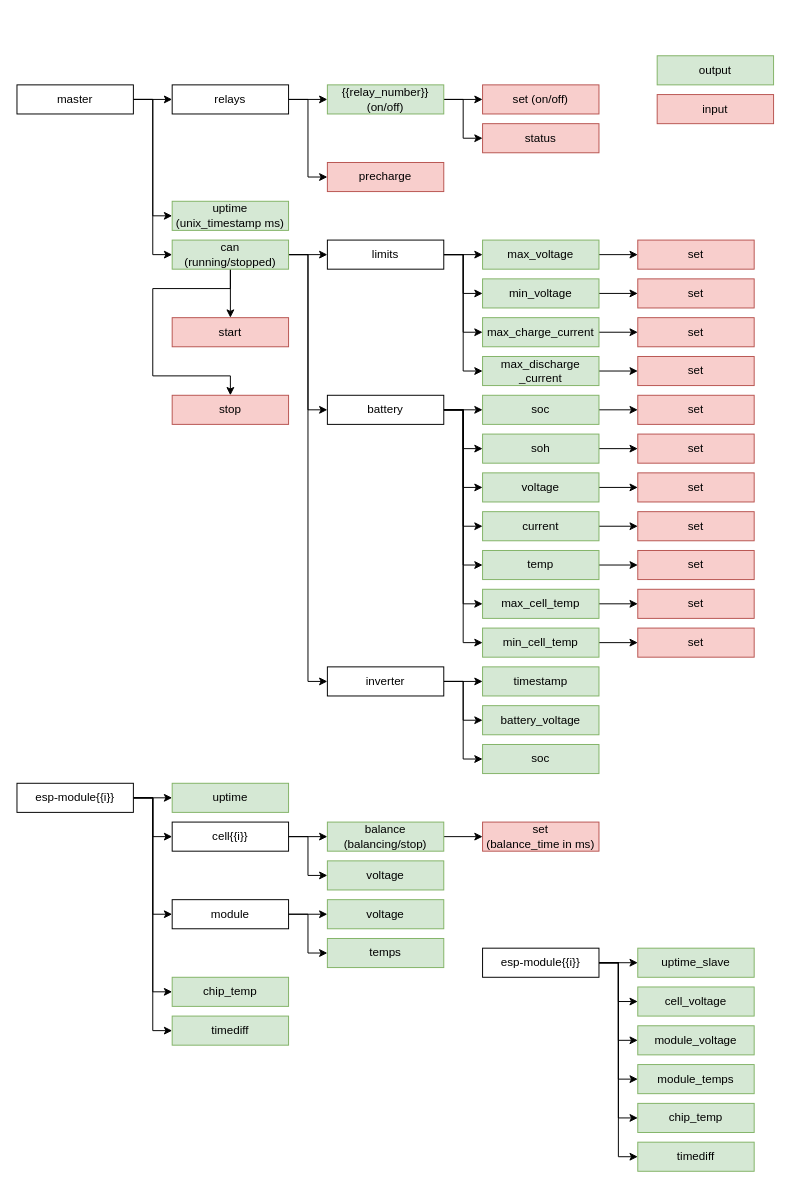
Earlier version of the draw.io diagram mqtt_topics.drawio (SunshadeCorp/EasyBMS-master). Source tidied: cells renumbered, new cells numbered last; positions are measured from the earlier drawing's top-left corner, leaving out a move shared by most shapes. Both pictures are drawn from the tidied source at 97%, with x=0, y=0 at pixel (16, 55).
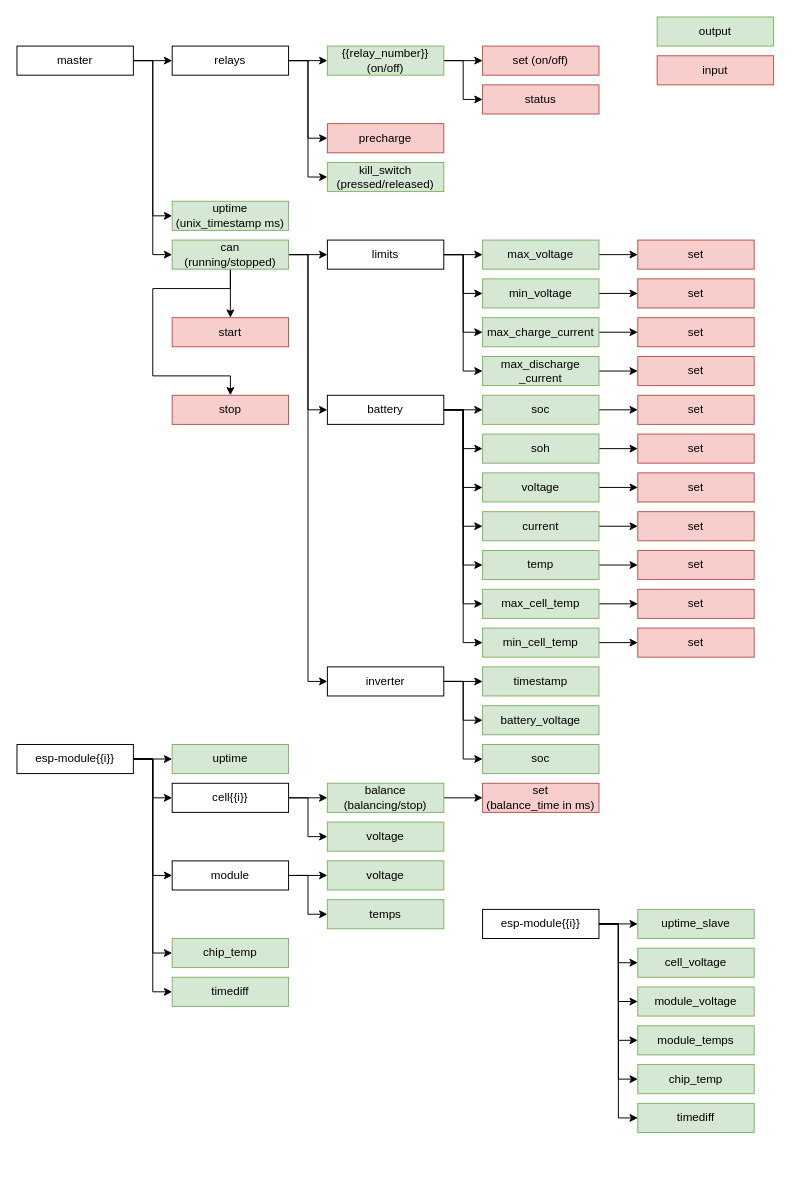
Above is the later version.

Diff of the diagram source:
```diff
@@
     <mxCell id="5" value="master" style="rounded=0;whiteSpace=wrap;html=1;" parent="1" vertex="1">
-      <mxGeometry y="30" width="120" height="30" as="geometry" />
+      <mxGeometry y="-10" width="120" height="30" as="geometry" />
     </mxCell>
@@
+    <mxCell id="113" style="edgeStyle=orthogonalEdgeStyle;rounded=0;jettySize=auto;html=1;exitX=1;exitY=0.5;exitDx=0;exitDy=0;entryX=0;entryY=0.5;entryDx=0;entryDy=0;" parent="1" edge="1" source="8" target="114">
+      <mxGeometry relative="1" as="geometry" />
+    </mxCell>
     <mxCell id="8" value="relays" style="rounded=0;whiteSpace=wrap;html=1;" parent="1" vertex="1">
-      <mxGeometry x="160" y="30" width="120" height="30" as="geometry" />
+      <mxGeometry x="160" y="-10" width="120" height="30" as="geometry" />
     </mxCell>
@@
     <mxCell id="15" value="esp-module{{i}}" style="rounded=0;whiteSpace=wrap;html=1;" parent="1" vertex="1">
-      <mxGeometry x="480" y="920" width="120" height="30" as="geometry" />
+      <mxGeometry x="480" y="880" width="120" height="30" as="geometry" />
     </mxCell>
     <mxCell id="16" value="status" style="rounded=0;whiteSpace=wrap;html=1;fillColor=#f8cecc;strokeColor=#b85450;" parent="1" vertex="1">
-      <mxGeometry x="480" y="70" width="120" height="30" as="geometry" />
+      <mxGeometry x="480" y="30" width="120" height="30" as="geometry" />
     </mxCell>
     <mxCell id="17" value="precharge" style="rounded=0;whiteSpace=wrap;html=1;fillColor=#f8cecc;strokeColor=#b85450;" parent="1" vertex="1">
-      <mxGeometry x="320" y="110" width="120" height="30" as="geometry" />
+      <mxGeometry x="320" y="70" width="120" height="30" as="geometry" />
     </mxCell>
     <mxCell id="18" value="input" style="rounded=0;whiteSpace=wrap;html=1;fillColor=#f8cecc;strokeColor=#b85450;" parent="1" vertex="1">
-      <mxGeometry x="660" y="40" width="120" height="30" as="geometry" />
+      <mxGeometry x="660" width="120" height="30" as="geometry" />
     </mxCell>
@@
     <mxCell id="21" value="{{relay_number}}&lt;br&gt;(on/off)" style="rounded=0;whiteSpace=wrap;html=1;fillColor=#d5e8d4;strokeColor=#82b366;" parent="1" vertex="1">
-      <mxGeometry x="320" y="30" width="120" height="30" as="geometry" />
+      <mxGeometry x="320" y="-10" width="120" height="30" as="geometry" />
     </mxCell>
     <mxCell id="22" value="set (on/off)" style="rounded=0;whiteSpace=wrap;html=1;fillColor=#f8cecc;strokeColor=#b85450;" parent="1" vertex="1">
-      <mxGeometry x="480" y="30" width="120" height="30" as="geometry" />
+      <mxGeometry x="480" y="-10" width="120" height="30" as="geometry" />
     </mxCell>
     <mxCell id="23" value="output" style="rounded=0;whiteSpace=wrap;html=1;fillColor=#d5e8d4;strokeColor=#82b366;" parent="1" vertex="1">
-      <mxGeometry x="660" width="120" height="30" as="geometry" />
+      <mxGeometry x="660" y="-40" width="120" height="30" as="geometry" />
     </mxCell>
     <mxCell id="24" value="uptime_slave" style="rounded=0;whiteSpace=wrap;html=1;fillColor=#d5e8d4;strokeColor=#82b366;" parent="1" vertex="1">
-      <mxGeometry x="640" y="920" width="120" height="30" as="geometry" />
+      <mxGeometry x="640" y="880" width="120" height="30" as="geometry" />
     </mxCell>
     <mxCell id="25" value="cell_voltage" style="rounded=0;whiteSpace=wrap;html=1;fillColor=#d5e8d4;strokeColor=#82b366;" parent="1" vertex="1">
-      <mxGeometry x="640" y="960" width="120" height="30" as="geometry" />
+      <mxGeometry x="640" y="920" width="120" height="30" as="geometry" />
     </mxCell>
     <mxCell id="26" value="module_voltage" style="rounded=0;whiteSpace=wrap;html=1;fillColor=#d5e8d4;strokeColor=#82b366;" parent="1" vertex="1">
-      <mxGeometry x="640" y="1000" width="120" height="30" as="geometry" />
+      <mxGeometry x="640" y="960" width="120" height="30" as="geometry" />
     </mxCell>
@@
     <mxCell id="28" value="module" style="rounded=0;whiteSpace=wrap;html=1;" parent="1" vertex="1">
-      <mxGeometry x="160" y="870" width="120" height="30" as="geometry" />
+      <mxGeometry x="160" y="830" width="120" height="30" as="geometry" />
     </mxCell>
     <mxCell id="29" value="voltage" style="rounded=0;whiteSpace=wrap;html=1;fillColor=#d5e8d4;strokeColor=#82b366;" parent="1" vertex="1">
-      <mxGeometry x="320" y="830" width="120" height="30" as="geometry" />
+      <mxGeometry x="320" y="790" width="120" height="30" as="geometry" />
     </mxCell>
     <mxCell id="30" value="timediff" style="rounded=0;whiteSpace=wrap;html=1;fillColor=#d5e8d4;strokeColor=#82b366;" parent="1" vertex="1">
-      <mxGeometry x="640" y="1120" width="120" height="30" as="geometry" />
+      <mxGeometry x="640" y="1080" width="120" height="30" as="geometry" />
     </mxCell>
     <mxCell id="31" value="chip_temp" style="rounded=0;whiteSpace=wrap;html=1;fillColor=#d5e8d4;strokeColor=#82b366;" parent="1" vertex="1">
-      <mxGeometry x="640" y="1080" width="120" height="30" as="geometry" />
+      <mxGeometry x="640" y="1040" width="120" height="30" as="geometry" />
     </mxCell>
     <mxCell id="32" value="module_temps" style="rounded=0;whiteSpace=wrap;html=1;fillColor=#d5e8d4;strokeColor=#82b366;" parent="1" vertex="1">
-      <mxGeometry x="640" y="1040" width="120" height="30" as="geometry" />
+      <mxGeometry x="640" y="1000" width="120" height="30" as="geometry" />
     </mxCell>
@@
     <mxCell id="40" value="esp-module{{i}}" style="rounded=0;whiteSpace=wrap;html=1;" parent="1" vertex="1">
-      <mxGeometry y="750" width="120" height="30" as="geometry" />
+      <mxGeometry y="710" width="120" height="30" as="geometry" />
     </mxCell>
     <mxCell id="41" value="uptime" style="rounded=0;whiteSpace=wrap;html=1;fillColor=#d5e8d4;strokeColor=#82b366;" parent="1" vertex="1">
-      <mxGeometry x="160" y="750" width="120" height="30" as="geometry" />
+      <mxGeometry x="160" y="710" width="120" height="30" as="geometry" />
     </mxCell>
     <mxCell id="42" value="voltage" style="rounded=0;whiteSpace=wrap;html=1;fillColor=#d5e8d4;strokeColor=#82b366;" parent="1" vertex="1">
-      <mxGeometry x="320" y="870" width="120" height="30" as="geometry" />
+      <mxGeometry x="320" y="830" width="120" height="30" as="geometry" />
     </mxCell>
     <mxCell id="43" value="timediff" style="rounded=0;whiteSpace=wrap;html=1;fillColor=#d5e8d4;strokeColor=#82b366;" parent="1" vertex="1">
-      <mxGeometry x="160" y="990" width="120" height="30" as="geometry" />
+      <mxGeometry x="160" y="950" width="120" height="30" as="geometry" />
     </mxCell>
     <mxCell id="44" value="chip_temp" style="rounded=0;whiteSpace=wrap;html=1;fillColor=#d5e8d4;strokeColor=#82b366;" parent="1" vertex="1">
-      <mxGeometry x="160" y="950" width="120" height="30" as="geometry" />
+      <mxGeometry x="160" y="910" width="120" height="30" as="geometry" />
     </mxCell>
     <mxCell id="45" value="temps" style="rounded=0;whiteSpace=wrap;html=1;fillColor=#d5e8d4;strokeColor=#82b366;" parent="1" vertex="1">
-      <mxGeometry x="320" y="910" width="120" height="30" as="geometry" />
+      <mxGeometry x="320" y="870" width="120" height="30" as="geometry" />
     </mxCell>
@@
     <mxCell id="107" value="cell{{i}}" style="rounded=0;whiteSpace=wrap;html=1;" parent="1" vertex="1">
-      <mxGeometry x="160" y="790" width="120" height="30" as="geometry" />
+      <mxGeometry x="160" y="750" width="120" height="30" as="geometry" />
     </mxCell>
@@
     <mxCell id="109" value="balance&lt;br&gt;(balancing/stop)" style="rounded=0;whiteSpace=wrap;html=1;fillColor=#d5e8d4;strokeColor=#82b366;" parent="1" vertex="1">
-      <mxGeometry x="320" y="790" width="120" height="30" as="geometry" />
+      <mxGeometry x="320" y="750" width="120" height="30" as="geometry" />
     </mxCell>
     <mxCell id="110" value="set&lt;br&gt;(balance_time in ms)" style="rounded=0;whiteSpace=wrap;html=1;fillColor=#f8cecc;strokeColor=#b85450;" parent="1" vertex="1">
-      <mxGeometry x="480" y="790" width="120" height="30" as="geometry" />
+      <mxGeometry x="480" y="750" width="120" height="30" as="geometry" />
     </mxCell>
@@
+    <mxCell id="114" value="kill_switch&lt;br&gt;(pressed/released)" style="rounded=0;whiteSpace=wrap;html=1;fillColor=#d5e8d4;strokeColor=#82b366;" parent="1" vertex="1">
+      <mxGeometry x="320" y="110" width="120" height="30" as="geometry" />
+    </mxCell>
```
